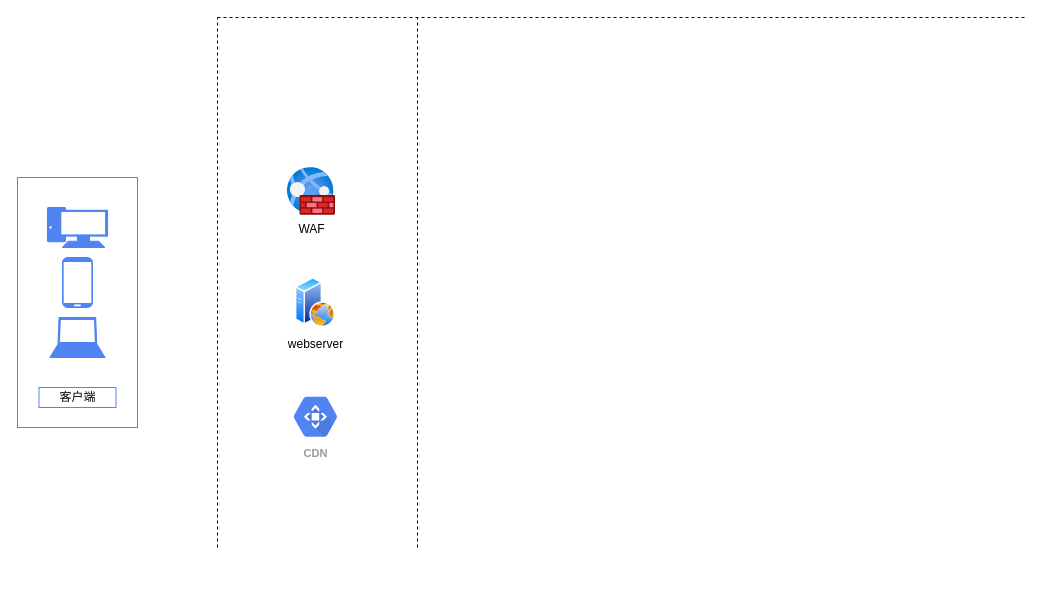
The draw.io diagram page "第 1 页" (1 of 4) of Untitled Diagram.drawio in 5309609/diagrams, before the edit. Source tidied: cells renumbered, new cells numbered last; positions are measured from the earlier drawing's top-left corner, leaving out a move shared by most shapes. Both pictures are drawn from the tidied source at 100%, with x=0, y=0 at pixel (17, 17).
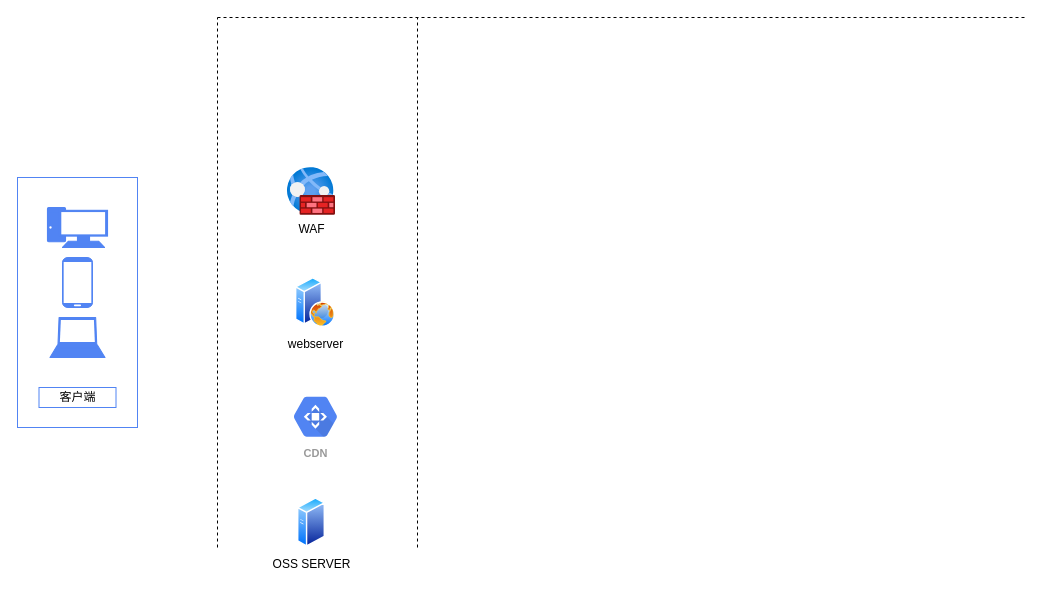
Above is the later version.

What changed in the source:
```diff
@@
 <mxGraphModel>
   <root>
     <mxCell id="0" />
     <mxCell id="1" parent="0" />
     <mxCell id="2" value="CDN" style="sketch=0;html=1;fillColor=#5184F3;strokeColor=none;verticalAlign=top;labelPosition=center;verticalLabelPosition=bottom;align=center;spacingTop=-6;fontSize=11;fontStyle=1;fontColor=#999999;shape=mxgraph.gcp2.hexIcon;prIcon=cloud_cdn;rounded=1;" parent="1" vertex="1">
       <mxGeometry x="265" y="370" width="66" height="58.5" as="geometry" />
     </mxCell>
     <mxCell id="3" style="endArrow=none;dashed=1;html=1;rounded=1;sketch=0;curved=0;" parent="1" edge="1">
       <mxGeometry relative="1" as="geometry">
         <mxPoint x="200" as="sourcePoint" />
         <mxPoint x="1010" as="targetPoint" />
       </mxGeometry>
     </mxCell>
     <mxCell id="4" style="endArrow=none;dashed=1;html=1;rounded=1;sketch=0;curved=0;" parent="1" edge="1">
       <mxGeometry relative="1" as="geometry">
         <mxPoint x="400" y="530" as="sourcePoint" />
         <mxPoint x="400" as="targetPoint" />
       </mxGeometry>
     </mxCell>
     <mxCell id="5" value="WAF" style="html=1;align=center;image;fontSize=12;image=img/lib/azure2/networking/Web_Application_Firewall_Policies_WAF.svg;rounded=1;sketch=0;strokeColor=#5184F3;fillColor=#5184F3;" parent="1" vertex="1">
       <mxGeometry x="270" y="150" width="48" height="48" as="geometry" />
     </mxCell>
     <mxCell id="6" value="webserver" style="perimeter=ellipsePerimeter;html=1;align=center;shadow=0;dashed=0;spacingTop=3;image;image=img/lib/active_directory/web_server.svg;rounded=1;sketch=0;strokeColor=#5184F3;fillColor=#5184F3;" parent="1" vertex="1">
       <mxGeometry x="278" y="260" width="40" height="50" as="geometry" />
     </mxCell>
     <mxCell id="7" style="endArrow=none;dashed=1;html=1;rounded=1;sketch=0;curved=0;" parent="1" edge="1">
       <mxGeometry relative="1" as="geometry">
         <mxPoint x="200" y="530" as="sourcePoint" />
         <mxPoint x="200" as="targetPoint" />
       </mxGeometry>
     </mxCell>
     <mxCell id="8" style="group;" parent="1" vertex="1">
       <mxGeometry y="160" width="120" height="250" as="geometry" />
     </mxCell>
     <mxCell id="9" style="rounded=0;whiteSpace=wrap;html=1;sketch=0;strokeColor=#5184F3;fillColor=#FFFFFF;" parent="8" vertex="1">
       <mxGeometry width="120" height="250" as="geometry" />
     </mxCell>
     <mxCell id="10" style="fontColor=#0066CC;verticalAlign=top;verticalLabelPosition=bottom;labelPosition=center;align=center;html=1;fillColor=#5184F3;strokeColor=#5184F3;gradientColor=none;gradientDirection=north;strokeWidth=2;shape=mxgraph.networks.pc;rounded=1;sketch=0;" parent="8" vertex="1">
       <mxGeometry x="30" y="30" width="60" height="40" as="geometry" />
     </mxCell>
     <mxCell id="11" style="fontColor=#0066CC;verticalAlign=top;verticalLabelPosition=bottom;labelPosition=center;align=center;html=1;fillColor=#5184F3;strokeColor=#5184F3;gradientColor=none;gradientDirection=north;strokeWidth=2;shape=mxgraph.networks.mobile;rounded=1;sketch=0;" parent="8" vertex="1">
       <mxGeometry x="45" y="80" width="30" height="50" as="geometry" />
     </mxCell>
     <mxCell id="12" style="fontColor=#0066CC;verticalAlign=top;verticalLabelPosition=bottom;labelPosition=center;align=center;html=1;fillColor=#5184F3;strokeColor=#5184F3;gradientColor=none;gradientDirection=north;strokeWidth=2;shape=mxgraph.networks.laptop;rounded=1;sketch=0;" parent="8" vertex="1">
       <mxGeometry x="32.5" y="140" width="55" height="40" as="geometry" />
     </mxCell>
     <mxCell id="13" value="客户端" style="rounded=0;whiteSpace=wrap;html=1;labelBackgroundColor=#FFFFFF;sketch=0;strokeColor=#5184F3;fillColor=#FFFFFF;" parent="8" vertex="1">
       <mxGeometry x="21.5" y="210" width="77" height="20" as="geometry" />
     </mxCell>
+    <mxCell id="14" value="OSS SERVER" style="perimeter=ellipsePerimeter;html=1;align=center;shadow=0;dashed=0;spacingTop=3;image;image=img/lib/active_directory/generic_server.svg;rounded=1;labelBackgroundColor=#FFFFFF;sketch=0;strokeColor=#5184F3;fillColor=#FFFFFF;" parent="1" vertex="1">
+      <mxGeometry x="280" y="480" width="28" height="50" as="geometry" />
+    </mxCell>
   </root>
 </mxGraphModel>
```
